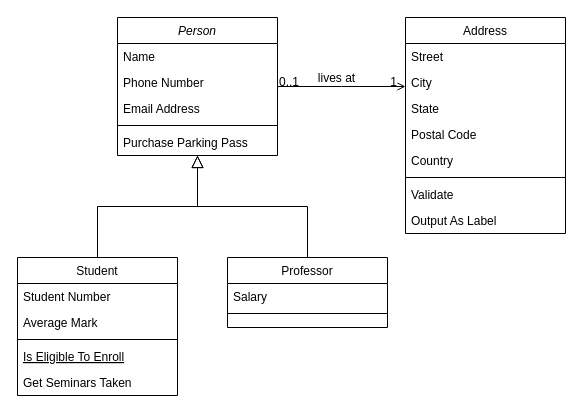
Above: ERD/Untitled Diagram.drawio in johoon-Choi/SQL_study (draw.io), before the change. Source tidied: cells renumbered, new cells numbered last; positions are measured from the earlier drawing's top-left corner, leaving out a move shared by most shapes. Both pictures are drawn from the tidied source at 100%, with x=0, y=0 at pixel (17, 17).
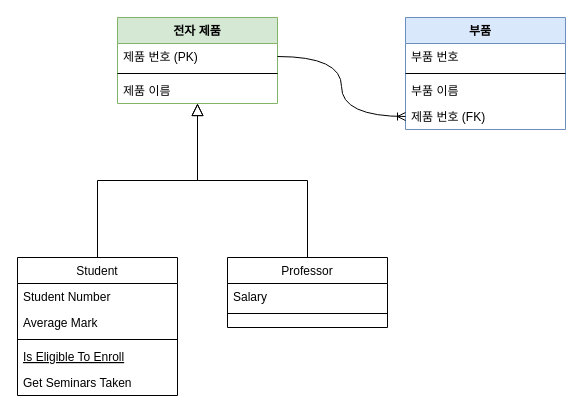
The same diagram, later.

Change to the diagram source:
```diff
@@
-    <mxCell id="2" value="Person" style="swimlane;fontStyle=2;align=center;verticalAlign=top;horizontal=1;startSize=26;rounded=0;shadow=0;strokeWidth=1;" parent="1" vertex="1">
-      <mxGeometry x="100" width="160" height="138" as="geometry" />
+    <mxCell id="2" value="전자 제품" style="swimlane;fontStyle=1;align=center;verticalAlign=top;horizontal=1;startSize=26;rounded=0;shadow=0;strokeWidth=1;fillColor=#d5e8d4;strokeColor=#82b366;" parent="1" vertex="1">
+      <mxGeometry x="100" width="160" height="86" as="geometry" />
     </mxCell>
-    <mxCell id="3" value="Name" style="text;align=left;verticalAlign=top;spacingLeft=4;spacingRight=4;overflow=hidden;points=[[0,0.5],[1,0.5]];portConstraint=eastwest;" parent="2" vertex="1">
+    <mxCell id="3" value="제품 번호 (PK)" style="text;align=left;verticalAlign=top;spacingLeft=4;spacingRight=4;overflow=hidden;points=[[0,0.5],[1,0.5]];portConstraint=eastwest;" parent="2" vertex="1">
       <mxGeometry y="26" width="160" height="26" as="geometry" />
     </mxCell>
-    <mxCell id="4" value="Phone Number" style="text;align=left;verticalAlign=top;spacingLeft=4;spacingRight=4;overflow=hidden;rounded=0;shadow=0;html=0;" parent="2" vertex="1">
-      <mxGeometry y="52" width="160" height="26" as="geometry" />
-    </mxCell>
-    <mxCell id="5" value="Email Address" style="text;align=left;verticalAlign=top;spacingLeft=4;spacingRight=4;overflow=hidden;rounded=0;shadow=0;html=0;" parent="2" vertex="1">
-      <mxGeometry y="78" width="160" height="26" as="geometry" />
-    </mxCell>
     <mxCell id="6" style="line;html=1;strokeWidth=1;align=left;verticalAlign=middle;spacingTop=-1;spacingLeft=3;spacingRight=3;labelPosition=right;" parent="2" vertex="1">
-      <mxGeometry y="104" width="160" height="8" as="geometry" />
+      <mxGeometry y="52" width="160" height="8" as="geometry" />
     </mxCell>
-    <mxCell id="7" value="Purchase Parking Pass" style="text;align=left;verticalAlign=top;spacingLeft=4;spacingRight=4;overflow=hidden;" parent="2" vertex="1">
-      <mxGeometry y="112" width="160" height="26" as="geometry" />
+    <mxCell id="7" value="제품 이름" style="text;align=left;verticalAlign=top;spacingLeft=4;spacingRight=4;overflow=hidden;" parent="2" vertex="1">
+      <mxGeometry y="60" width="160" height="26" as="geometry" />
     </mxCell>
@@
-    <mxCell id="19" value="Address" style="swimlane;fontStyle=0;align=center;verticalAlign=top;horizontal=1;startSize=26;rounded=0;shadow=0;strokeWidth=1;" parent="1" vertex="1">
-      <mxGeometry x="388" width="160" height="216" as="geometry" />
+    <mxCell id="19" value="부품   " style="swimlane;fontStyle=1;align=center;verticalAlign=top;horizontal=1;startSize=26;rounded=0;shadow=0;strokeWidth=1;fillColor=#dae8fc;strokeColor=#6c8ebf;" parent="1" vertex="1">
+      <mxGeometry x="388" width="160" height="112" as="geometry" />
     </mxCell>
-    <mxCell id="20" value="Street" style="text;align=left;verticalAlign=top;spacingLeft=4;spacingRight=4;overflow=hidden;" parent="19" vertex="1">
+    <mxCell id="20" value="부품 번호" style="text;align=left;verticalAlign=top;spacingLeft=4;spacingRight=4;overflow=hidden;" parent="19" vertex="1">
       <mxGeometry y="26" width="160" height="26" as="geometry" />
     </mxCell>
-    <mxCell id="21" value="City" style="text;align=left;verticalAlign=top;spacingLeft=4;spacingRight=4;overflow=hidden;rounded=0;shadow=0;html=0;" parent="19" vertex="1">
-      <mxGeometry y="52" width="160" height="26" as="geometry" />
-    </mxCell>
-    <mxCell id="22" value="State" style="text;align=left;verticalAlign=top;spacingLeft=4;spacingRight=4;overflow=hidden;rounded=0;shadow=0;html=0;" parent="19" vertex="1">
-      <mxGeometry y="78" width="160" height="26" as="geometry" />
-    </mxCell>
-    <mxCell id="23" value="Postal Code" style="text;align=left;verticalAlign=top;spacingLeft=4;spacingRight=4;overflow=hidden;rounded=0;shadow=0;html=0;" parent="19" vertex="1">
-      <mxGeometry y="104" width="160" height="26" as="geometry" />
-    </mxCell>
-    <mxCell id="24" value="Country" style="text;align=left;verticalAlign=top;spacingLeft=4;spacingRight=4;overflow=hidden;rounded=0;shadow=0;html=0;" parent="19" vertex="1">
-      <mxGeometry y="130" width="160" height="26" as="geometry" />
-    </mxCell>
     <mxCell id="25" style="line;html=1;strokeWidth=1;align=left;verticalAlign=middle;spacingTop=-1;spacingLeft=3;spacingRight=3;labelPosition=right;" parent="19" vertex="1">
-      <mxGeometry y="156" width="160" height="8" as="geometry" />
+      <mxGeometry y="52" width="160" height="8" as="geometry" />
     </mxCell>
-    <mxCell id="26" value="Validate" style="text;align=left;verticalAlign=top;spacingLeft=4;spacingRight=4;overflow=hidden;" parent="19" vertex="1">
-      <mxGeometry y="164" width="160" height="26" as="geometry" />
+    <mxCell id="26" value="부품 이름" style="text;align=left;verticalAlign=top;spacingLeft=4;spacingRight=4;overflow=hidden;" parent="19" vertex="1">
+      <mxGeometry y="60" width="160" height="26" as="geometry" />
     </mxCell>
-    <mxCell id="27" value="Output As Label" style="text;align=left;verticalAlign=top;spacingLeft=4;spacingRight=4;overflow=hidden;" parent="19" vertex="1">
-      <mxGeometry y="190" width="160" height="26" as="geometry" />
-    </mxCell>
-    <mxCell id="28" style="endArrow=open;shadow=0;strokeWidth=1;rounded=0;endFill=1;edgeStyle=elbowEdgeStyle;elbow=vertical;" parent="1" edge="1" source="2" target="19">
-      <mxGeometry x="0.5" y="41" relative="1" as="geometry">
-        <mxPoint x="-40" y="32" as="offset" />
-      </mxGeometry>
-    </mxCell>
-    <mxCell id="29" value="0..1" style="align=left;verticalAlign=bottom;labelBackgroundColor=none;fontSize=12;" parent="28" vertex="1">
-      <mxGeometry x="-1" relative="1" as="geometry">
-        <mxPoint y="4" as="offset" />
-      </mxGeometry>
-    </mxCell>
-    <mxCell id="30" value="1" style="align=right;verticalAlign=bottom;labelBackgroundColor=none;fontSize=12;" parent="28" vertex="1">
-      <mxGeometry x="1" relative="1" as="geometry">
-        <mxPoint x="-7" y="4" as="offset" />
-      </mxGeometry>
-    </mxCell>
-    <mxCell id="31" value="lives at" style="text;html=1;align=center;verticalAlign=middle;labelBackgroundColor=none;rounded=0;shadow=0;strokeWidth=1;fontSize=12;" parent="28" vertex="1">
-      <mxGeometry x="0.5" y="49" relative="1" as="geometry">
-        <mxPoint x="-38" y="40" as="offset" />
-      </mxGeometry>
-    </mxCell>
+    <mxCell id="32" value="제품 번호 (FK)" style="text;align=left;verticalAlign=top;spacingLeft=4;spacingRight=4;overflow=hidden;points=[[0,0.5],[1,0.5]];portConstraint=eastwest;" parent="19" vertex="1">
+      <mxGeometry y="86" width="160" height="26" as="geometry" />
+    </mxCell>
+    <mxCell id="33" style="edgeStyle=orthogonalEdgeStyle;curved=1;rounded=0;jettySize=auto;html=1;exitX=1;exitY=0.5;exitDx=0;exitDy=0;entryX=0;entryY=0.5;entryDx=0;entryDy=0;endArrow=ERoneToMany;endFill=0;" parent="1" edge="1" source="3" target="32">
+      <mxGeometry relative="1" as="geometry" />
+    </mxCell>
```
